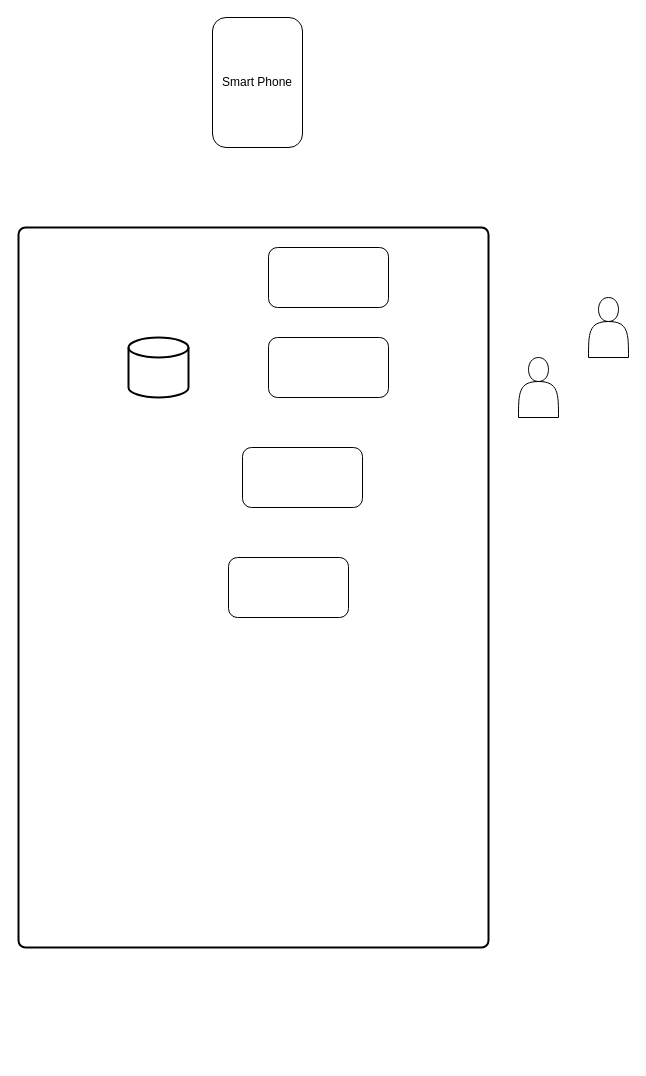
The draw.io diagram Untitled Diagram.drawio in Dinuvi9170/NSBM-Green-University, before the edit. Source tidied: cells renumbered, new cells numbered last; positions are measured from the earlier drawing's top-left corner, leaving out a move shared by most shapes. Both pictures are drawn from the tidied source at 100%, with x=0, y=0 at pixel (18, 17).
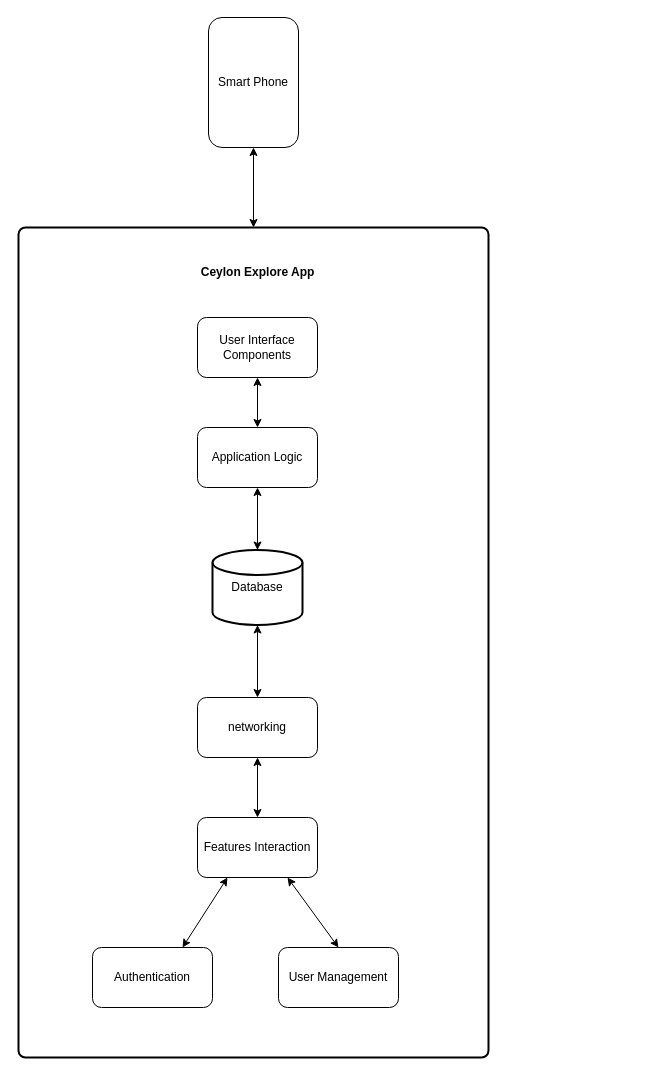
The same diagram, later.

The edit, as a diff of the source:
```diff
@@
 <mxGraphModel>
   <root>
     <mxCell id="0" />
     <mxCell id="1" parent="0" />
-    <mxCell id="2" style="rounded=1;whiteSpace=wrap;html=1;absoluteArcSize=1;arcSize=14;strokeWidth=2;" parent="1" vertex="1">
-      <mxGeometry y="210" width="470" height="720" as="geometry" />
+    <mxCell id="2" style="rounded=1;whiteSpace=wrap;html=1;absoluteArcSize=1;arcSize=14;strokeWidth=2;labelBackgroundColor=none;" parent="1" vertex="1">
+      <mxGeometry y="210" width="470" height="830" as="geometry" />
     </mxCell>
-    <mxCell id="3" style="strokeWidth=2;html=1;shape=mxgraph.flowchart.database;whiteSpace=wrap;" parent="1" vertex="1">
-      <mxGeometry x="110" y="320" width="60" height="60" as="geometry" />
+    <mxCell id="3" value="Database" style="strokeWidth=2;html=1;shape=mxgraph.flowchart.database;whiteSpace=wrap;labelBackgroundColor=none;" parent="1" vertex="1">
+      <mxGeometry x="194" y="532.5" width="90" height="75" as="geometry" />
     </mxCell>
-    <mxCell id="4" style="rounded=1;whiteSpace=wrap;html=1;" parent="1" vertex="1">
-      <mxGeometry x="250" y="230" width="120" height="60" as="geometry" />
+    <mxCell id="4" value="Application Logic" style="rounded=1;whiteSpace=wrap;html=1;labelBackgroundColor=none;" parent="1" vertex="1">
+      <mxGeometry x="179" y="410" width="120" height="60" as="geometry" />
     </mxCell>
-    <mxCell id="5" style="rounded=1;whiteSpace=wrap;html=1;" parent="1" vertex="1">
-      <mxGeometry x="250" y="320" width="120" height="60" as="geometry" />
+    <mxCell id="5" value="User Interface Components" style="rounded=1;whiteSpace=wrap;html=1;labelBackgroundColor=none;" parent="1" vertex="1">
+      <mxGeometry x="179" y="300" width="120" height="60" as="geometry" />
     </mxCell>
-    <mxCell id="6" value="Smart Phone" style="rounded=1;whiteSpace=wrap;html=1;rotation=0;" parent="1" vertex="1">
-      <mxGeometry x="194" width="90" height="130" as="geometry" />
+    <mxCell id="6" value="Smart Phone" style="rounded=1;whiteSpace=wrap;html=1;rotation=0;labelBackgroundColor=none;" parent="1" vertex="1">
+      <mxGeometry x="190" width="90" height="130" as="geometry" />
     </mxCell>
-    <mxCell id="7" style="rounded=1;whiteSpace=wrap;html=1;" parent="1" vertex="1">
-      <mxGeometry x="210" y="540" width="120" height="60" as="geometry" />
+    <mxCell id="7" value="Features Interaction" style="rounded=1;whiteSpace=wrap;html=1;labelBackgroundColor=none;" parent="1" vertex="1">
+      <mxGeometry x="179" y="800" width="120" height="60" as="geometry" />
     </mxCell>
-    <mxCell id="8" style="rounded=1;whiteSpace=wrap;html=1;" parent="1" vertex="1">
-      <mxGeometry x="224" y="430" width="120" height="60" as="geometry" />
+    <mxCell id="8" value="networking" style="rounded=1;whiteSpace=wrap;html=1;labelBackgroundColor=none;" parent="1" vertex="1">
+      <mxGeometry x="179" y="680" width="120" height="60" as="geometry" />
     </mxCell>
-    <mxCell id="9" style="shape=actor;whiteSpace=wrap;html=1;" parent="1" vertex="1">
-      <mxGeometry x="570" y="280" width="40" height="60" as="geometry" />
-    </mxCell>
-    <mxCell id="10" style="shape=actor;whiteSpace=wrap;html=1;" parent="1" vertex="1">
-      <mxGeometry x="500" y="340" width="40" height="60" as="geometry" />
-    </mxCell>
+    <mxCell id="11" value="&lt;b&gt;Ceylon Explore App&lt;/b&gt;" style="text;html=1;align=center;verticalAlign=middle;strokeColor=none;fillColor=none;labelBackgroundColor=none;" parent="1" vertex="1">
+      <mxGeometry x="169" y="240" width="140" height="30" as="geometry" />
+    </mxCell>
+    <mxCell id="12" value="User Management" style="rounded=1;whiteSpace=wrap;html=1;labelBackgroundColor=none;" parent="1" vertex="1">
+      <mxGeometry x="260" y="930" width="120" height="60" as="geometry" />
+    </mxCell>
+    <mxCell id="13" value="Authentication" style="rounded=1;whiteSpace=wrap;html=1;labelBackgroundColor=none;" parent="1" vertex="1">
+      <mxGeometry x="74" y="930" width="120" height="60" as="geometry" />
+    </mxCell>
+    <mxCell id="14" style="endArrow=classic;startArrow=classic;html=1;rounded=0;entryX=0.5;entryY=1;entryDx=0;entryDy=0;exitX=0.5;exitY=0;exitDx=0;exitDy=0;" parent="1" edge="1" source="2" target="6">
+      <mxGeometry relative="1" as="geometry" />
+    </mxCell>
+    <mxCell id="15" style="endArrow=classic;startArrow=classic;html=1;rounded=0;entryX=0.5;entryY=1;entryDx=0;entryDy=0;exitX=0.5;exitY=0;exitDx=0;exitDy=0;" parent="1" edge="1" source="7" target="8">
+      <mxGeometry relative="1" as="geometry" />
+    </mxCell>
+    <mxCell id="16" style="endArrow=classic;startArrow=classic;html=1;rounded=0;entryX=0.5;entryY=1;entryDx=0;entryDy=0;exitX=0.5;exitY=0;exitDx=0;exitDy=0;entryPerimeter=0;" parent="1" edge="1" source="8" target="3">
+      <mxGeometry relative="1" as="geometry" />
+    </mxCell>
+    <mxCell id="17" style="endArrow=classic;startArrow=classic;html=1;rounded=0;entryX=0.5;entryY=1;entryDx=0;entryDy=0;exitX=0.5;exitY=0;exitDx=0;exitDy=0;exitPerimeter=0;" parent="1" edge="1" source="3" target="4">
+      <mxGeometry relative="1" as="geometry" />
+    </mxCell>
+    <mxCell id="18" style="endArrow=classic;startArrow=classic;html=1;rounded=0;entryX=0.5;entryY=1;entryDx=0;entryDy=0;" parent="1" edge="1" source="4" target="5">
+      <mxGeometry relative="1" as="geometry" />
+    </mxCell>
+    <mxCell id="19" style="endArrow=classic;startArrow=classic;html=1;rounded=0;entryX=0.25;entryY=1;entryDx=0;entryDy=0;exitX=0.75;exitY=0;exitDx=0;exitDy=0;" parent="1" edge="1" source="13" target="7">
+      <mxGeometry relative="1" as="geometry" />
+    </mxCell>
+    <mxCell id="20" style="endArrow=classic;startArrow=classic;html=1;rounded=0;entryX=0.75;entryY=1;entryDx=0;entryDy=0;exitX=0.5;exitY=0;exitDx=0;exitDy=0;" parent="1" edge="1" source="12" target="7">
+      <mxGeometry relative="1" as="geometry" />
+    </mxCell>
   </root>
 </mxGraphModel>
```
